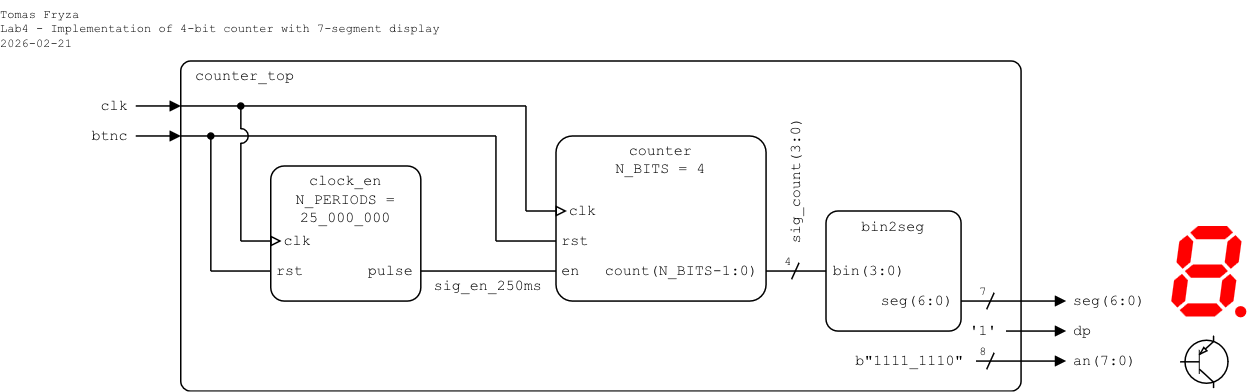
The draw.io diagram lab4-counter/images/top-level_ver2.png in tomas-fryza/vhdl-examples, before a commit. Source tidied: cells renumbered, new cells last; positions are measured from the earlier drawing's top-left corner, leaving out a move shared by most shapes.
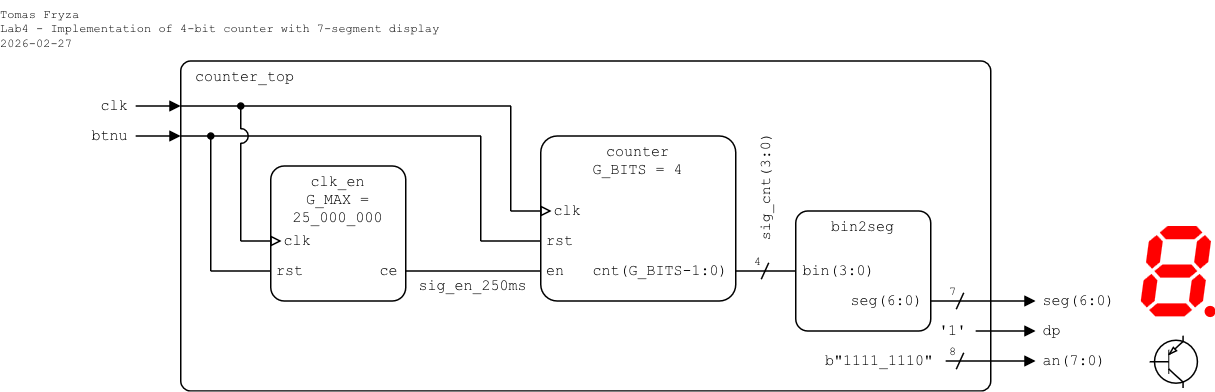
After the commit.

What changed in the source:
```diff
@@ -2,222 +2,222 @@
   <root>
     <mxCell id="0" />
     <mxCell id="1" parent="0" />
-    <mxCell id="2" value="clock_en&lt;div&gt;N_PERIODS = 25_000_000&lt;br&gt;&lt;/div&gt;" style="rounded=1;arcSize=10;align=center;verticalAlign=top;fontFamily=Courier New;absoluteArcSize=0;fillColor=none;fixDash=0;fontSize=10;spacingLeft=0;labelBorderColor=none;spacingTop=0;spacing=0;labelBackgroundColor=none;whiteSpace=wrap;html=1;strokeWidth=1;shadow=0;glass=0;" parent="1" vertex="1">
-      <mxGeometry x="180" y="110" width="100" height="90" as="geometry" />
+    <mxCell id="2" value="counter_top" style="rounded=1;arcSize=3;whiteSpace=wrap;html=1;align=left;verticalAlign=top;fontFamily=Courier New;absoluteArcSize=0;fillColor=none;fontSize=10;spacingLeft=10;imageHeight=24;spacing=0;" parent="1" vertex="1">
+      <mxGeometry x="120" y="120" width="540" height="220" as="geometry" />
     </mxCell>
-    <mxCell id="3" value="counter_top" style="rounded=1;arcSize=3;whiteSpace=wrap;html=1;align=left;verticalAlign=top;fontFamily=Courier New;absoluteArcSize=0;fillColor=none;fontSize=10;spacingLeft=10;imageHeight=24;spacing=0;" parent="1" vertex="1">
-      <mxGeometry x="120" y="40" width="560" height="220" as="geometry" />
+    <mxCell id="3" value="clk_en&lt;div&gt;G_MAX = 25_000_000&lt;br&gt;&lt;/div&gt;" style="rounded=1;arcSize=10;align=center;verticalAlign=top;fontFamily=Courier New;absoluteArcSize=0;fillColor=none;fixDash=0;fontSize=10;spacingLeft=0;labelBorderColor=none;spacingTop=0;spacing=0;labelBackgroundColor=none;whiteSpace=wrap;html=1;strokeWidth=1;shadow=0;glass=0;" parent="1" vertex="1">
+      <mxGeometry x="180" y="190" width="90" height="90" as="geometry" />
     </mxCell>
     <mxCell id="4" style="endArrow=none;html=1;rounded=0;endFill=0;endSize=5;startSize=5;" parent="1" edge="1">
       <mxGeometry relative="1" as="geometry">
-        <mxPoint x="120" y="70" as="sourcePoint" />
-        <mxPoint x="350" y="70" as="targetPoint" />
+        <mxPoint x="120" y="150" as="sourcePoint" />
+        <mxPoint x="340" y="150" as="targetPoint" />
       </mxGeometry>
     </mxCell>
-    <mxCell id="5" value="sig_count(3:0)" style="text;html=1;align=center;verticalAlign=middle;whiteSpace=wrap;rounded=0;fontFamily=Courier New;fontSize=10;fillOpacity=100;spacing=0;spacingLeft=0;direction=east;rotation=270;" parent="1" vertex="1">
-      <mxGeometry x="480" y="115" width="100" height="10" as="geometry" />
+    <mxCell id="5" value="sig_cnt(3:0)" style="text;html=1;align=left;verticalAlign=middle;whiteSpace=wrap;rounded=0;fontFamily=Courier New;fontSize=10;fillOpacity=100;spacing=0;spacingLeft=0;direction=east;rotation=270;" parent="1" vertex="1">
+      <mxGeometry x="470" y="195" width="80" height="10" as="geometry" />
     </mxCell>
     <mxCell id="6" style="endArrow=none;html=1;rounded=0;endFill=0;endSize=5;startSize=5;" parent="1" edge="1">
       <mxGeometry relative="1" as="geometry">
-        <mxPoint x="280" y="180" as="sourcePoint" />
-        <mxPoint x="370" y="180" as="targetPoint" />
+        <mxPoint x="270" y="260" as="sourcePoint" />
+        <mxPoint x="360" y="260" as="targetPoint" />
       </mxGeometry>
     </mxCell>
     <mxCell id="7" style="endArrow=none;html=1;rounded=0;endFill=0;endSize=5;startSize=5;" parent="1" edge="1">
       <mxGeometry relative="1" as="geometry">
-        <mxPoint x="120" y="90" as="sourcePoint" />
-        <mxPoint x="330" y="90" as="targetPoint" />
+        <mxPoint x="120" y="170" as="sourcePoint" />
+        <mxPoint x="320" y="170" as="targetPoint" />
       </mxGeometry>
     </mxCell>
     <mxCell id="8" value="sig_en_250ms" style="text;html=1;align=center;verticalAlign=middle;whiteSpace=wrap;rounded=0;fontFamily=Courier New;fontSize=10;fillOpacity=100;spacing=0;spacingLeft=0;" parent="1" vertex="1">
-      <mxGeometry x="280" y="185" width="90" height="10" as="geometry" />
+      <mxGeometry x="270" y="265" width="90" height="10" as="geometry" />
     </mxCell>
     <mxCell id="9" value="rst" style="text;html=1;align=left;verticalAlign=middle;whiteSpace=wrap;rounded=0;fontFamily=Courier New;fontSize=10;fillOpacity=100;spacingLeft=5;spacing=0;" parent="1" vertex="1">
-      <mxGeometry x="179.4" y="170" width="40.6" height="20" as="geometry" />
+      <mxGeometry x="179.4" y="250" width="40.6" height="20" as="geometry" />
     </mxCell>
     <mxCell id="10" value="clk" style="text;html=1;align=left;verticalAlign=middle;whiteSpace=wrap;rounded=0;fontFamily=Courier New;fontSize=10;fillOpacity=100;spacing=0;spacingLeft=10;" parent="1" vertex="1">
-      <mxGeometry x="179.4" y="150" width="40.6" height="20" as="geometry" />
+      <mxGeometry x="179.4" y="230" width="40.6" height="20" as="geometry" />
     </mxCell>
     <mxCell id="11" style="endArrow=block;html=1;rounded=0;endFill=0;endSize=5;startSize=5;" parent="1" edge="1">
       <mxGeometry relative="1" as="geometry">
-        <mxPoint x="160" y="160" as="sourcePoint" />
-        <mxPoint x="187.2" y="160" as="targetPoint" />
+        <mxPoint x="160" y="240" as="sourcePoint" />
+        <mxPoint x="187.2" y="240" as="targetPoint" />
       </mxGeometry>
     </mxCell>
-    <mxCell id="12" value="pulse" style="text;html=1;align=right;verticalAlign=middle;whiteSpace=wrap;rounded=0;fontFamily=Courier New;fontSize=10;fillOpacity=100;spacing=0;spacingRight=5;" parent="1" vertex="1">
-      <mxGeometry x="230" y="170" width="50" height="20" as="geometry" />
+    <mxCell id="12" value="ce" style="text;html=1;align=right;verticalAlign=middle;whiteSpace=wrap;rounded=0;fontFamily=Courier New;fontSize=10;fillOpacity=100;spacing=0;spacingRight=5;" parent="1" vertex="1">
+      <mxGeometry x="240" y="250" width="30" height="20" as="geometry" />
     </mxCell>
     <mxCell id="13" style="endArrow=none;html=1;rounded=0;startArrow=none;startFill=0;endSize=4;startSize=4;" parent="1" edge="1">
       <mxGeometry relative="1" as="geometry">
-        <mxPoint x="532" y="174.5" as="sourcePoint" />
-        <mxPoint x="527" y="185.5" as="targetPoint" />
+        <mxPoint x="512" y="254.5" as="sourcePoint" />
+        <mxPoint x="507" y="265.5" as="targetPoint" />
       </mxGeometry>
     </mxCell>
     <mxCell id="14" style="endArrow=block;html=1;rounded=0;endFill=1;endSize=5;startSize=5;" parent="1" edge="1">
       <mxGeometry relative="1" as="geometry">
-        <mxPoint x="90" y="90" as="sourcePoint" />
-        <mxPoint x="120" y="90" as="targetPoint" />
+        <mxPoint x="90" y="170" as="sourcePoint" />
+        <mxPoint x="120" y="170" as="targetPoint" />
       </mxGeometry>
     </mxCell>
-    <mxCell id="15" value="&lt;div align=&quot;right&quot;&gt;btnc&lt;/div&gt;" style="text;html=1;align=right;verticalAlign=middle;whiteSpace=wrap;rounded=0;fontFamily=Courier New;fontSize=10;fillOpacity=100;spacing=0;spacingLeft=0;spacingRight=5;" parent="1" vertex="1">
-      <mxGeometry x="50" y="80" width="39.6" height="20" as="geometry" />
+    <mxCell id="15" value="&lt;div align=&quot;right&quot;&gt;btnu&lt;/div&gt;" style="text;html=1;align=right;verticalAlign=middle;whiteSpace=wrap;rounded=0;fontFamily=Courier New;fontSize=10;fillOpacity=100;spacing=0;spacingLeft=0;spacingRight=5;" parent="1" vertex="1">
+      <mxGeometry x="50" y="160" width="39.6" height="20" as="geometry" />
     </mxCell>
     <mxCell id="16" style="endArrow=block;html=1;rounded=0;endFill=1;endSize=5;startSize=5;" parent="1" edge="1">
       <mxGeometry relative="1" as="geometry">
-        <mxPoint x="90" y="70" as="sourcePoint" />
-        <mxPoint x="120" y="70" as="targetPoint" />
+        <mxPoint x="90" y="150" as="sourcePoint" />
+        <mxPoint x="120" y="150" as="targetPoint" />
       </mxGeometry>
     </mxCell>
     <mxCell id="17" value="clk" style="text;html=1;align=right;verticalAlign=middle;whiteSpace=wrap;rounded=0;fontFamily=Courier New;fontSize=10;fillOpacity=100;spacing=0;spacingLeft=0;spacingRight=5;" parent="1" vertex="1">
-      <mxGeometry x="60" y="60" width="30" height="20" as="geometry" />
+      <mxGeometry x="60" y="140" width="30" height="20" as="geometry" />
     </mxCell>
     <mxCell id="18" style="endArrow=none;html=1;rounded=0;startArrow=none;startFill=0;endSize=4;startSize=4;" parent="1" edge="1">
       <mxGeometry relative="1" as="geometry">
-        <mxPoint x="350" y="140" as="sourcePoint" />
-        <mxPoint x="350" y="70" as="targetPoint" />
+        <mxPoint x="340" y="220" as="sourcePoint" />
+        <mxPoint x="340" y="150" as="targetPoint" />
       </mxGeometry>
     </mxCell>
     <mxCell id="19" style="endArrow=none;html=1;rounded=0;startArrow=none;startFill=0;endSize=4;startSize=4;" parent="1" edge="1">
       <mxGeometry relative="1" as="geometry">
-        <mxPoint x="330" y="90" as="sourcePoint" />
-        <mxPoint x="330" y="160" as="targetPoint" />
+        <mxPoint x="320" y="170" as="sourcePoint" />
+        <mxPoint x="320" y="240" as="targetPoint" />
       </mxGeometry>
     </mxCell>
-    <mxCell id="20" value="&lt;div&gt;counter&lt;/div&gt;&lt;div&gt;N_BITS = 4&lt;/div&gt;" style="rounded=1;arcSize=10;align=center;verticalAlign=top;fontFamily=Courier New;absoluteArcSize=0;fillColor=none;fixDash=0;fontSize=10;spacingLeft=0;labelBorderColor=none;spacingTop=0;spacing=0;labelBackgroundColor=none;whiteSpace=wrap;html=1;strokeWidth=1;shadow=0;glass=0;" parent="1" vertex="1">
-      <mxGeometry x="370" y="90" width="140" height="110" as="geometry" />
+    <mxCell id="20" value="&lt;div&gt;counter&lt;/div&gt;&lt;div&gt;G_BITS = 4&lt;/div&gt;" style="rounded=1;arcSize=10;align=center;verticalAlign=top;fontFamily=Courier New;absoluteArcSize=0;fillColor=none;fixDash=0;fontSize=10;spacingLeft=0;labelBorderColor=none;spacingTop=0;spacing=0;labelBackgroundColor=none;whiteSpace=wrap;html=1;strokeWidth=1;shadow=0;glass=0;" parent="1" vertex="1">
+      <mxGeometry x="360" y="170" width="130" height="110" as="geometry" />
     </mxCell>
     <mxCell id="21" value="rst" style="text;html=1;align=left;verticalAlign=middle;whiteSpace=wrap;rounded=0;fontFamily=Courier New;fontSize=10;fillOpacity=100;spacingLeft=5;spacing=0;" parent="1" vertex="1">
-      <mxGeometry x="369.4" y="150" width="30.6" height="20" as="geometry" />
+      <mxGeometry x="359.4" y="230" width="30.6" height="20" as="geometry" />
     </mxCell>
     <mxCell id="22" value="clk" style="text;html=1;align=left;verticalAlign=middle;whiteSpace=wrap;rounded=0;fontFamily=Courier New;fontSize=10;fillOpacity=100;spacing=0;spacingLeft=10;" parent="1" vertex="1">
-      <mxGeometry x="369.4" y="130" width="40.6" height="20" as="geometry" />
+      <mxGeometry x="359.4" y="210" width="40.6" height="20" as="geometry" />
     </mxCell>
     <mxCell id="23" style="endArrow=block;html=1;rounded=0;endFill=0;endSize=5;startSize=5;" parent="1" edge="1">
       <mxGeometry relative="1" as="geometry">
-        <mxPoint x="350" y="140" as="sourcePoint" />
-        <mxPoint x="377.2" y="140" as="targetPoint" />
+        <mxPoint x="340" y="220" as="sourcePoint" />
+        <mxPoint x="367.2" y="220" as="targetPoint" />
       </mxGeometry>
     </mxCell>
-    <mxCell id="24" value="count(N_BITS-1:0)" style="text;html=1;align=right;verticalAlign=middle;whiteSpace=wrap;rounded=0;fontFamily=Courier New;fontSize=10;fillOpacity=100;spacing=0;spacingRight=5;" parent="1" vertex="1">
-      <mxGeometry x="400" y="170" width="110" height="20" as="geometry" />
+    <mxCell id="24" value="cnt(G_BITS-1:0)" style="text;html=1;align=right;verticalAlign=middle;whiteSpace=wrap;rounded=0;fontFamily=Courier New;fontSize=10;fillOpacity=100;spacing=0;spacingRight=5;" parent="1" vertex="1">
+      <mxGeometry x="380" y="250" width="110" height="20" as="geometry" />
     </mxCell>
     <mxCell id="25" value="en" style="text;html=1;align=left;verticalAlign=middle;whiteSpace=wrap;rounded=0;fontFamily=Courier New;fontSize=10;fillOpacity=100;spacingLeft=5;spacing=0;" parent="1" vertex="1">
-      <mxGeometry x="369.4" y="170" width="30.6" height="20" as="geometry" />
+      <mxGeometry x="359.4" y="250" width="30.6" height="20" as="geometry" />
     </mxCell>
     <mxCell id="26" style="endArrow=none;html=1;rounded=0;endFill=0;endSize=5;startSize=5;" parent="1" edge="1">
       <mxGeometry relative="1" as="geometry">
-        <mxPoint x="330" y="160" as="sourcePoint" />
-        <mxPoint x="370" y="160" as="targetPoint" />
+        <mxPoint x="320" y="240" as="sourcePoint" />
+        <mxPoint x="360" y="240" as="targetPoint" />
       </mxGeometry>
     </mxCell>
     <mxCell id="27" style="endArrow=none;html=1;rounded=0;endFill=0;endSize=5;startSize=5;" parent="1" edge="1">
       <mxGeometry relative="1" as="geometry">
-        <mxPoint x="140" y="180" as="sourcePoint" />
-        <mxPoint x="180" y="180" as="targetPoint" />
+        <mxPoint x="140" y="260" as="sourcePoint" />
+        <mxPoint x="180" y="260" as="targetPoint" />
       </mxGeometry>
     </mxCell>
     <mxCell id="28" style="endArrow=oval;html=1;rounded=0;startArrow=none;startFill=0;endSize=4;startSize=4;endFill=1;" parent="1" edge="1">
       <mxGeometry relative="1" as="geometry">
-        <mxPoint x="160" y="85.5" as="sourcePoint" />
-        <mxPoint x="160" y="70" as="targetPoint" />
+        <mxPoint x="160" y="165.5" as="sourcePoint" />
+        <mxPoint x="160" y="150" as="targetPoint" />
       </mxGeometry>
     </mxCell>
     <mxCell id="29" style="endArrow=none;html=1;rounded=0;startArrow=oval;startFill=1;endSize=4;startSize=4;" parent="1" edge="1">
       <mxGeometry relative="1" as="geometry">
-        <mxPoint x="140" y="90" as="sourcePoint" />
-        <mxPoint x="140" y="180" as="targetPoint" />
+        <mxPoint x="140" y="170" as="sourcePoint" />
+        <mxPoint x="140" y="260" as="targetPoint" />
       </mxGeometry>
     </mxCell>
     <mxCell id="30" style="verticalLabelPosition=bottom;verticalAlign=top;html=1;shape=mxgraph.basic.arc;startAngle=0.75;endAngle=0.25;rotation=90;" parent="1" vertex="1">
-      <mxGeometry x="155" y="85" width="10" height="10" as="geometry" />
+      <mxGeometry x="155" y="165" width="10" height="10" as="geometry" />
     </mxCell>
     <mxCell id="31" style="endArrow=none;html=1;rounded=0;startArrow=none;startFill=0;endSize=4;startSize=4;" parent="1" edge="1">
       <mxGeometry relative="1" as="geometry">
-        <mxPoint x="160" y="94.5" as="sourcePoint" />
-        <mxPoint x="160" y="160" as="targetPoint" />
+        <mxPoint x="160" y="174.5" as="sourcePoint" />
+        <mxPoint x="160" y="240" as="targetPoint" />
       </mxGeometry>
     </mxCell>
     <mxCell id="32" value="bin2seg" style="rounded=1;arcSize=10;align=center;verticalAlign=top;fontFamily=Courier New;absoluteArcSize=0;fillColor=none;fixDash=0;fontSize=10;spacingLeft=0;labelBorderColor=none;spacingTop=0;spacing=0;labelBackgroundColor=none;whiteSpace=wrap;html=1;strokeWidth=1;shadow=0;glass=0;" parent="1" vertex="1">
-      <mxGeometry x="550" y="140" width="90" height="80" as="geometry" />
+      <mxGeometry x="530" y="220" width="90" height="80" as="geometry" />
     </mxCell>
     <mxCell id="33" value="&lt;div style=&quot;line-height: 100%;&quot; align=&quot;left&quot;&gt;bin(3:0)&lt;/div&gt;" style="text;html=1;align=left;verticalAlign=middle;whiteSpace=wrap;rounded=0;fontFamily=Courier New;fontSize=10;fillOpacity=100;spacingLeft=5;spacing=0;" parent="1" vertex="1">
-      <mxGeometry x="550" y="170" width="60" height="20" as="geometry" />
+      <mxGeometry x="530" y="250" width="60" height="20" as="geometry" />
     </mxCell>
     <mxCell id="34" value="&lt;div style=&quot;line-height: 100%;&quot;&gt;seg(6:0)&lt;/div&gt;" style="text;html=1;align=right;verticalAlign=middle;whiteSpace=wrap;rounded=0;fontFamily=Courier New;fontSize=10;fillOpacity=100;spacing=0;spacingRight=5;" parent="1" vertex="1">
-      <mxGeometry x="580" y="190" width="60" height="20" as="geometry" />
+      <mxGeometry x="560" y="270" width="60" height="20" as="geometry" />
     </mxCell>
     <mxCell id="35" style="endArrow=block;html=1;rounded=0;exitX=1;exitY=0.5;exitDx=0;exitDy=0;endFill=1;endSize=5;startSize=5;" parent="1" edge="1" source="34">
       <mxGeometry relative="1" as="geometry">
-        <mxPoint x="710" y="200" as="targetPoint" />
+        <mxPoint x="690" y="280" as="targetPoint" />
       </mxGeometry>
     </mxCell>
     <mxCell id="36" value="seg(6:0)" style="text;html=1;align=left;verticalAlign=middle;whiteSpace=wrap;rounded=0;fontFamily=Courier New;fontSize=10;fillOpacity=100;spacing=0;spacingLeft=5;" parent="1" vertex="1">
-      <mxGeometry x="710" y="190" width="60" height="20" as="geometry" />
+      <mxGeometry x="690" y="270" width="60" height="20" as="geometry" />
     </mxCell>
     <mxCell id="37" style="endArrow=block;html=1;rounded=0;endFill=1;orthogonal=1;endSize=5;startSize=5;" parent="1" edge="1">
       <mxGeometry relative="1" as="geometry">
-        <mxPoint x="650" y="240" as="sourcePoint" />
-        <mxPoint x="710" y="240" as="targetPoint" />
+        <mxPoint x="630" y="320" as="sourcePoint" />
+        <mxPoint x="690" y="320" as="targetPoint" />
       </mxGeometry>
     </mxCell>
     <mxCell id="38" value="b&quot;1111_1110&quot;" style="text;html=1;align=left;verticalAlign=middle;whiteSpace=wrap;rounded=0;fontFamily=Courier New;fontSize=10;fillOpacity=100;spacing=0;spacingLeft=0;spacingRight=5;" parent="1" vertex="1">
-      <mxGeometry x="570" y="230" width="80" height="20" as="geometry" />
+      <mxGeometry x="550" y="310" width="80" height="20" as="geometry" />
     </mxCell>
     <mxCell id="39" value="an(7:0)" style="text;html=1;align=left;verticalAlign=middle;whiteSpace=wrap;rounded=0;fontFamily=Courier New;fontSize=10;fillOpacity=100;spacing=0;spacingLeft=5;" parent="1" vertex="1">
-      <mxGeometry x="710" y="230" width="50" height="20" as="geometry" />
+      <mxGeometry x="690" y="310" width="50" height="20" as="geometry" />
     </mxCell>
     <mxCell id="40" style="endArrow=block;html=1;rounded=0;endFill=1;orthogonal=1;endSize=5;startSize=5;" parent="1" edge="1">
       <mxGeometry relative="1" as="geometry">
-        <mxPoint x="670" y="220" as="sourcePoint" />
-        <mxPoint x="710" y="220" as="targetPoint" />
+        <mxPoint x="650" y="300" as="sourcePoint" />
+        <mxPoint x="690" y="300" as="targetPoint" />
       </mxGeometry>
     </mxCell>
     <mxCell id="41" value="dp" style="text;html=1;align=left;verticalAlign=middle;whiteSpace=wrap;rounded=0;fontFamily=Courier New;fontSize=10;fillOpacity=100;spacing=0;spacingLeft=5;" parent="1" vertex="1">
-      <mxGeometry x="710" y="210" width="20" height="20" as="geometry" />
+      <mxGeometry x="690" y="290" width="20" height="20" as="geometry" />
     </mxCell>
     <mxCell id="42" value="'1'" style="text;html=1;align=right;verticalAlign=middle;whiteSpace=wrap;rounded=0;fontFamily=Courier New;fontSize=10;fillOpacity=100;spacing=0;spacingLeft=0;spacingRight=5;" parent="1" vertex="1">
-      <mxGeometry x="639" y="210" width="30" height="20" as="geometry" />
+      <mxGeometry x="619" y="290" width="30" height="20" as="geometry" />
     </mxCell>
     <mxCell id="43" style="verticalLabelPosition=bottom;shadow=0;dashed=0;align=center;html=1;verticalAlign=top;shape=mxgraph.electrical.opto_electronics.7_segment_display_with_dp;fillColor=#FF0000;strokeColor=none;" parent="1" vertex="1">
-      <mxGeometry x="780" y="150" width="50" height="60.8" as="geometry" />
+      <mxGeometry x="760" y="230" width="50" height="60.8" as="geometry" />
     </mxCell>
     <mxCell id="44" value="7" style="text;html=1;align=center;verticalAlign=middle;whiteSpace=wrap;rounded=0;fontFamily=Courier New;fontSize=8;fillOpacity=100;spacing=2;spacingRight=0;" parent="1" vertex="1">
-      <mxGeometry x="650" y="184" width="10" height="20" as="geometry" />
+      <mxGeometry x="630" y="264" width="10" height="20" as="geometry" />
     </mxCell>
     <mxCell id="45" style="endArrow=none;html=1;rounded=0;startArrow=none;startFill=0;endSize=4;startSize=4;" parent="1" edge="1">
       <mxGeometry relative="1" as="geometry">
-        <mxPoint x="662" y="194.5" as="sourcePoint" />
-        <mxPoint x="657" y="205.5" as="targetPoint" />
+        <mxPoint x="642" y="274.5" as="sourcePoint" />
+        <mxPoint x="637" y="285.5" as="targetPoint" />
       </mxGeometry>
     </mxCell>
     <mxCell id="46" value="8" style="text;html=1;align=center;verticalAlign=middle;whiteSpace=wrap;rounded=0;fontFamily=Courier New;fontSize=8;fillOpacity=100;spacing=2;spacingRight=0;" parent="1" vertex="1">
-      <mxGeometry x="650" y="224" width="10" height="20" as="geometry" />
+      <mxGeometry x="630" y="304" width="10" height="20" as="geometry" />
     </mxCell>
     <mxCell id="47" style="endArrow=none;html=1;rounded=0;startArrow=none;startFill=0;endSize=4;startSize=4;" parent="1" edge="1">
       <mxGeometry relative="1" as="geometry">
-        <mxPoint x="662" y="234.5" as="sourcePoint" />
-        <mxPoint x="657" y="245.5" as="targetPoint" />
+        <mxPoint x="642" y="314.5" as="sourcePoint" />
+        <mxPoint x="637" y="325.5" as="targetPoint" />
       </mxGeometry>
     </mxCell>
     <mxCell id="48" style="verticalLabelPosition=bottom;shadow=0;dashed=0;align=center;html=1;verticalAlign=top;shape=mxgraph.electrical.transistors.pnp_transistor_1;" parent="1" vertex="1">
-      <mxGeometry x="785.2" y="223" width="33.2" height="35" as="geometry" />
+      <mxGeometry x="765.2" y="303" width="33.2" height="35" as="geometry" />
     </mxCell>
     <mxCell id="49" style="endArrow=none;html=1;rounded=0;endFill=0;endSize=5;startSize=5;" parent="1" edge="1">
       <mxGeometry relative="1" as="geometry">
-        <mxPoint x="510" y="180" as="sourcePoint" />
-        <mxPoint x="530" y="180" as="targetPoint" />
+        <mxPoint x="490" y="260" as="sourcePoint" />
+        <mxPoint x="510" y="260" as="targetPoint" />
       </mxGeometry>
     </mxCell>
     <mxCell id="50" value="4" style="text;html=1;align=center;verticalAlign=middle;whiteSpace=wrap;rounded=0;fontFamily=Courier New;fontSize=8;fillOpacity=100;spacing=2;spacingRight=0;" parent="1" vertex="1">
-      <mxGeometry x="520" y="164" width="10" height="20" as="geometry" />
+      <mxGeometry x="500" y="244" width="10" height="20" as="geometry" />
     </mxCell>
-    <mxCell id="51" value="&lt;div&gt;Tomas Fryza&lt;/div&gt;&lt;div&gt;Lab4 - Implementation of 4-bit counter with 7-segment display&lt;/div&gt;&lt;div&gt;2026-02-21&lt;/div&gt;" style="text;html=1;align=left;verticalAlign=top;whiteSpace=wrap;rounded=0;fontFamily=Courier New;fontSize=8;fillOpacity=100;spacing=0;spacingLeft=0;" parent="1" vertex="1">
-      <mxGeometry width="320" height="40" as="geometry" />
+    <mxCell id="51" value="&lt;div&gt;Tomas Fryza&lt;/div&gt;&lt;div&gt;Lab4 - Implementation of 4-bit counter with 7-segment display&lt;/div&gt;&lt;div&gt;2026-02-27&lt;/div&gt;" style="text;html=1;align=left;verticalAlign=top;whiteSpace=wrap;rounded=0;fontFamily=Courier New;fontSize=8;fillOpacity=100;spacing=0;spacingLeft=0;" parent="1" vertex="1">
+      <mxGeometry y="80" width="320" height="40" as="geometry" />
     </mxCell>
     <mxCell id="52" style="endArrow=none;html=1;rounded=0;endFill=0;endSize=5;startSize=5;" parent="1" edge="1">
       <mxGeometry relative="1" as="geometry">
-        <mxPoint x="530" y="180" as="sourcePoint" />
-        <mxPoint x="550" y="180" as="targetPoint" />
+        <mxPoint x="510" y="260" as="sourcePoint" />
+        <mxPoint x="530" y="260" as="targetPoint" />
       </mxGeometry>
     </mxCell>
   </root>
```
